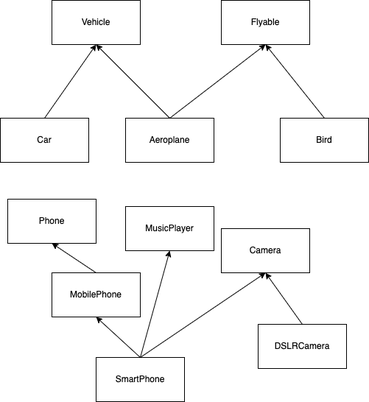
Above: examples/concepts.dio.png in vinod-kayartaya/NXP-PYTHON-NOV-2023 (draw.io), before the change. Source tidied: cells renumbered, new cells last; positions are measured from the earlier drawing's top-left corner, leaving out a move shared by most shapes.
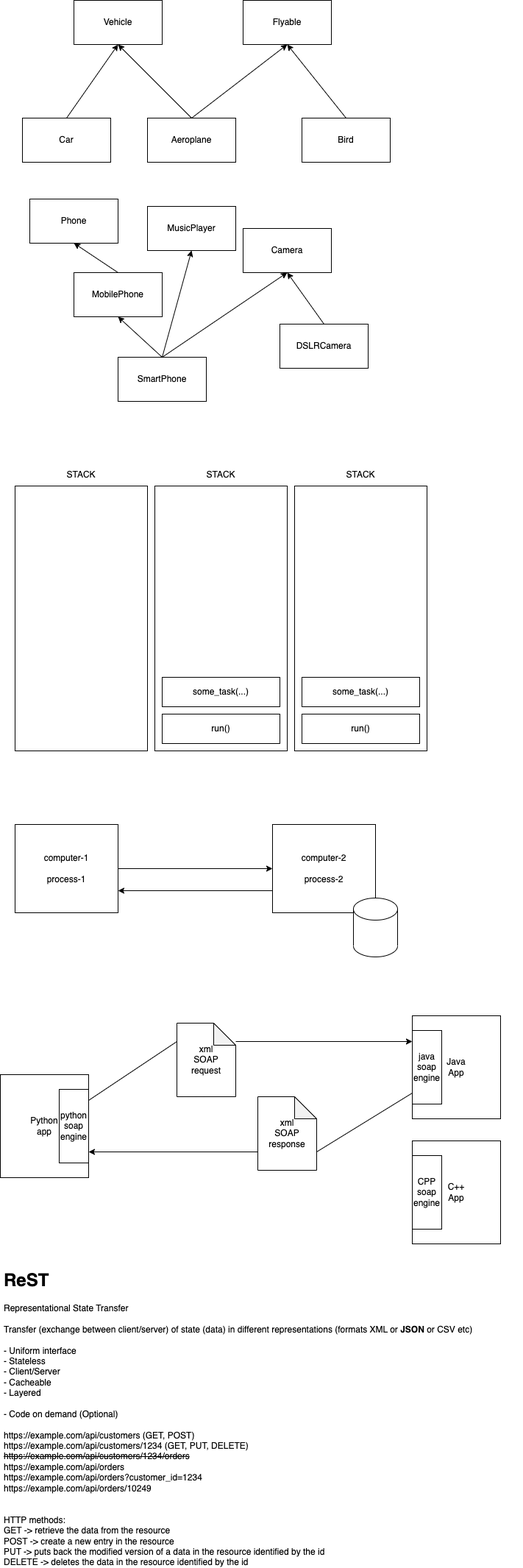
Above is the later version.

Commit message:
day 8 code

Change to the diagram source:
```diff
@@ -62,5 +62,89 @@
     <mxCell id="21" value="MusicPlayer" style="rounded=0;whiteSpace=wrap;html=1;" parent="1" vertex="1">
       <mxGeometry x="170" y="280" width="120" height="60" as="geometry" />
     </mxCell>
+    <mxCell id="22" style="rounded=0;whiteSpace=wrap;html=1;" parent="1" vertex="1">
+      <mxGeometry x="-10" y="660" width="180" height="360" as="geometry" />
+    </mxCell>
+    <mxCell id="23" value="STACK" style="text;html=1;strokeColor=none;fillColor=none;align=center;verticalAlign=middle;whiteSpace=wrap;rounded=0;" parent="1" vertex="1">
+      <mxGeometry x="-10" y="630" width="180" height="30" as="geometry" />
+    </mxCell>
+    <mxCell id="24" value="STACK" style="text;html=1;strokeColor=none;fillColor=none;align=center;verticalAlign=middle;whiteSpace=wrap;rounded=0;" parent="1" vertex="1">
+      <mxGeometry x="180" y="630" width="180" height="30" as="geometry" />
+    </mxCell>
+    <mxCell id="25" style="rounded=0;whiteSpace=wrap;html=1;" parent="1" vertex="1">
+      <mxGeometry x="180" y="660" width="180" height="360" as="geometry" />
+    </mxCell>
+    <mxCell id="26" value="STACK" style="text;html=1;strokeColor=none;fillColor=none;align=center;verticalAlign=middle;whiteSpace=wrap;rounded=0;" parent="1" vertex="1">
+      <mxGeometry x="370" y="630" width="180" height="30" as="geometry" />
+    </mxCell>
+    <mxCell id="27" style="rounded=0;whiteSpace=wrap;html=1;" parent="1" vertex="1">
+      <mxGeometry x="370" y="660" width="180" height="360" as="geometry" />
+    </mxCell>
+    <mxCell id="28" value="run()" style="rounded=0;whiteSpace=wrap;html=1;" parent="1" vertex="1">
+      <mxGeometry x="190" y="970" width="160" height="40" as="geometry" />
+    </mxCell>
+    <mxCell id="29" value="run()" style="rounded=0;whiteSpace=wrap;html=1;" parent="1" vertex="1">
+      <mxGeometry x="380" y="970" width="160" height="40" as="geometry" />
+    </mxCell>
+    <mxCell id="30" value="some_task(...)" style="rounded=0;whiteSpace=wrap;html=1;" parent="1" vertex="1">
+      <mxGeometry x="190" y="920" width="160" height="40" as="geometry" />
+    </mxCell>
+    <mxCell id="31" value="some_task(...)" style="rounded=0;whiteSpace=wrap;html=1;" parent="1" vertex="1">
+      <mxGeometry x="380" y="920" width="160" height="40" as="geometry" />
+    </mxCell>
+    <mxCell id="32" style="edgeStyle=none;html=1;exitX=1;exitY=0.5;exitDx=0;exitDy=0;" parent="1" edge="1" source="33" target="35">
+      <mxGeometry relative="1" as="geometry" />
+    </mxCell>
+    <mxCell id="33" value="computer-1&lt;br&gt;&lt;br&gt;process-1" style="rounded=0;whiteSpace=wrap;html=1;" parent="1" vertex="1">
+      <mxGeometry x="-10" y="1120" width="140" height="120" as="geometry" />
+    </mxCell>
+    <mxCell id="34" style="edgeStyle=none;html=1;exitX=0;exitY=0.75;exitDx=0;exitDy=0;entryX=1;entryY=0.75;entryDx=0;entryDy=0;" parent="1" edge="1" source="35" target="33">
+      <mxGeometry relative="1" as="geometry" />
+    </mxCell>
+    <mxCell id="35" value="computer-2&lt;br&gt;&lt;br&gt;process-2" style="rounded=0;whiteSpace=wrap;html=1;" parent="1" vertex="1">
+      <mxGeometry x="340" y="1120" width="140" height="120" as="geometry" />
+    </mxCell>
+    <mxCell id="36" style="shape=cylinder3;whiteSpace=wrap;html=1;boundedLbl=1;backgroundOutline=1;size=15;" parent="1" vertex="1">
+      <mxGeometry x="450" y="1220" width="60" height="80" as="geometry" />
+    </mxCell>
+    <mxCell id="37" style="edgeStyle=none;html=1;exitX=1;exitY=0.25;exitDx=0;exitDy=0;entryX=0;entryY=0.25;entryDx=0;entryDy=0;startArrow=none;" parent="1" edge="1" source="45" target="40">
+      <mxGeometry relative="1" as="geometry" />
+    </mxCell>
+    <mxCell id="38" value="Python &lt;br&gt;app" style="rounded=0;whiteSpace=wrap;html=1;" parent="1" vertex="1">
+      <mxGeometry x="-30" y="1460" width="120" height="140" as="geometry" />
+    </mxCell>
+    <mxCell id="39" style="edgeStyle=none;html=1;exitX=0;exitY=0.75;exitDx=0;exitDy=0;entryX=1;entryY=0.75;entryDx=0;entryDy=0;startArrow=none;" parent="1" edge="1" source="43" target="38">
+      <mxGeometry relative="1" as="geometry" />
+    </mxCell>
+    <mxCell id="40" value="Java &lt;br&gt;App" style="rounded=0;whiteSpace=wrap;html=1;" parent="1" vertex="1">
+      <mxGeometry x="530" y="1380" width="120" height="140" as="geometry" />
+    </mxCell>
+    <mxCell id="41" value="C++ &lt;br&gt;App" style="rounded=0;whiteSpace=wrap;html=1;" parent="1" vertex="1">
+      <mxGeometry x="530" y="1550" width="120" height="140" as="geometry" />
+    </mxCell>
+    <mxCell id="42" style="edgeStyle=none;html=1;exitX=0;exitY=0.75;exitDx=0;exitDy=0;entryX=1;entryY=0.75;entryDx=0;entryDy=0;endArrow=none;" parent="1" edge="1" source="40" target="43">
+      <mxGeometry relative="1" as="geometry" />
+    </mxCell>
+    <mxCell id="43" value="xml&lt;br&gt;SOAP&lt;br&gt;response" style="shape=note;whiteSpace=wrap;html=1;backgroundOutline=1;darkOpacity=0.05;" parent="1" vertex="1">
+      <mxGeometry x="320" y="1490" width="80" height="100" as="geometry" />
+    </mxCell>
+    <mxCell id="44" style="edgeStyle=none;html=1;exitX=1;exitY=0.25;exitDx=0;exitDy=0;entryX=0;entryY=0.25;entryDx=0;entryDy=0;endArrow=none;" parent="1" edge="1" source="38" target="45">
+      <mxGeometry relative="1" as="geometry" />
+    </mxCell>
+    <mxCell id="45" value="xml&lt;br&gt;SOAP&lt;br&gt;request" style="shape=note;whiteSpace=wrap;html=1;backgroundOutline=1;darkOpacity=0.05;" parent="1" vertex="1">
+      <mxGeometry x="210" y="1390" width="80" height="100" as="geometry" />
+    </mxCell>
+    <mxCell id="46" value="python&lt;br&gt;soap&lt;br&gt;engine" style="rounded=0;whiteSpace=wrap;html=1;" parent="1" vertex="1">
+      <mxGeometry x="50" y="1480" width="40" height="100" as="geometry" />
+    </mxCell>
+    <mxCell id="47" value="java&lt;br&gt;soap&lt;br&gt;engine" style="rounded=0;whiteSpace=wrap;html=1;" parent="1" vertex="1">
+      <mxGeometry x="530" y="1400" width="40" height="100" as="geometry" />
+    </mxCell>
+    <mxCell id="48" value="CPP&lt;br&gt;soap&lt;br&gt;engine" style="rounded=0;whiteSpace=wrap;html=1;" parent="1" vertex="1">
+      <mxGeometry x="530" y="1570" width="40" height="100" as="geometry" />
+    </mxCell>
+    <mxCell id="49" value="&lt;h1&gt;ReST&lt;/h1&gt;&lt;div&gt;Representational State Transfer&lt;/div&gt;&lt;div&gt;&lt;br&gt;&lt;/div&gt;&lt;div&gt;Transfer (exchange between client/server) of state (data) in different representations (formats XML or &lt;b&gt;JSON&lt;/b&gt; or CSV etc)&lt;/div&gt;&lt;div&gt;&lt;span style=&quot;background-color: initial;&quot;&gt;&lt;br&gt;&lt;/span&gt;&lt;/div&gt;&lt;div&gt;&lt;span style=&quot;background-color: initial;&quot;&gt;- Uniform interface&lt;/span&gt;&lt;br&gt;&lt;/div&gt;&lt;div&gt;- Stateless&lt;/div&gt;&lt;div&gt;- Client/Server&lt;/div&gt;&lt;div&gt;- Cacheable&lt;/div&gt;&lt;div&gt;- Layered&lt;/div&gt;&lt;div&gt;&lt;br&gt;&lt;/div&gt;&lt;div&gt;- Code on demand (Optional)&lt;/div&gt;&lt;div&gt;&lt;br&gt;&lt;/div&gt;&lt;div&gt;https://example.com/api/customers (GET, POST)&lt;/div&gt;&lt;div&gt;https://example.com/api/customers/1234 (GET, PUT, DELETE)&lt;br&gt;&lt;/div&gt;&lt;div&gt;&lt;strike&gt;https://example.com/api/customers/1234/orders&lt;/strike&gt;&lt;/div&gt;&lt;div&gt;https://example.com/api/orders&lt;/div&gt;&lt;div&gt;&lt;div style=&quot;border-color: var(--border-color);&quot;&gt;https://example.com/api/orders?customer_id=1234&lt;/div&gt;&lt;div style=&quot;border-color: var(--border-color);&quot;&gt;&lt;/div&gt;&lt;/div&gt;&lt;div&gt;&lt;div style=&quot;border-color: var(--border-color);&quot;&gt;https://example.com/api/orders/10249&lt;/div&gt;&lt;div style=&quot;border-color: var(--border-color);&quot;&gt;&lt;br style=&quot;border-color: var(--border-color);&quot;&gt;&lt;/div&gt;&lt;/div&gt;&lt;div&gt;&lt;br&gt;&lt;/div&gt;&lt;div&gt;HTTP methods:&lt;/div&gt;&lt;div&gt;GET -&amp;gt; retrieve the data from the resource&lt;/div&gt;&lt;div&gt;POST -&amp;gt; create a new entry in the resource&lt;/div&gt;&lt;div&gt;PUT -&amp;gt; puts back the modified version of a data in the resource identified by the id&lt;/div&gt;&lt;div&gt;DELETE -&amp;gt; deletes the data in the resource identified by the id&lt;/div&gt;" style="text;html=1;strokeColor=none;fillColor=none;spacing=5;spacingTop=-20;whiteSpace=wrap;overflow=hidden;rounded=0;" parent="1" vertex="1">
+      <mxGeometry x="-30" y="1720" width="710" height="410" as="geometry" />
+    </mxCell>
   </root>
 </mxGraphModel>
```
